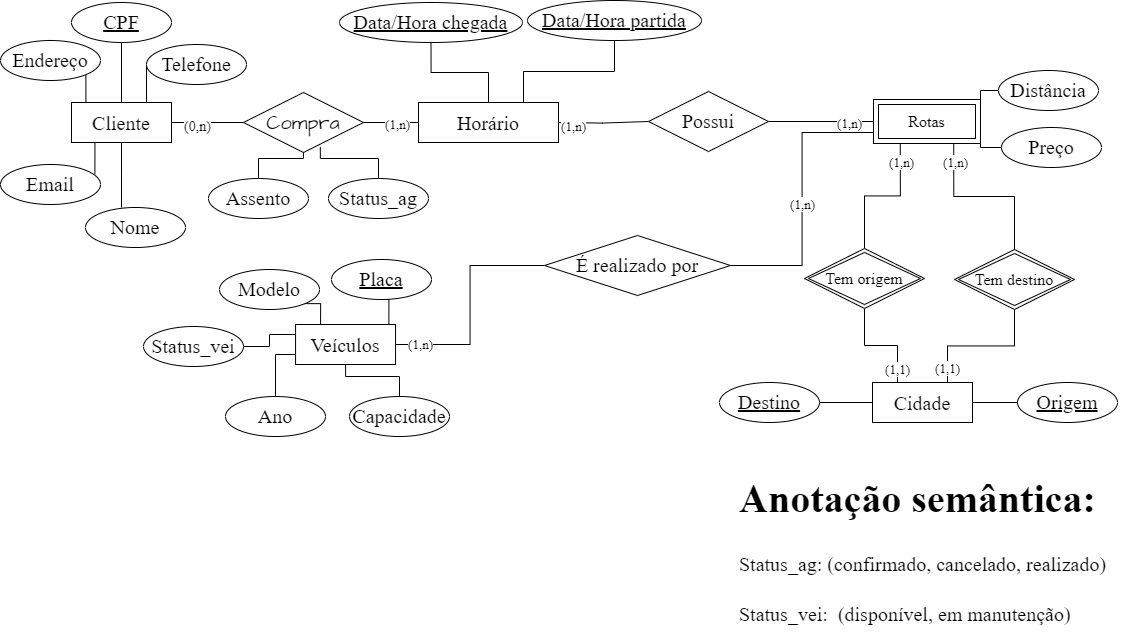
AnaJuvencio/Empresa-de-Transportes keeps this draw.io diagram as Empresa de transporte.drawio.png. Above is the earlier version. Source tidied: cells renumbered, new cells last; positions are measured from the earlier drawing's top-left corner, leaving out a move shared by most shapes.
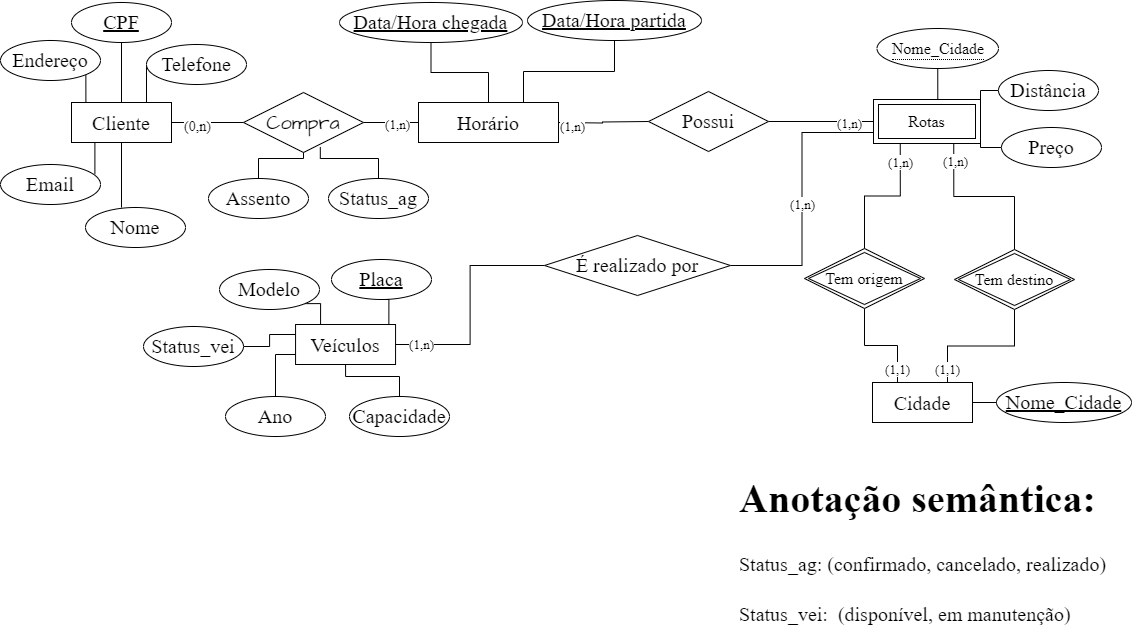
After the change.

Commit message:
fazendo as correções

Diff of the diagram source:
```diff
@@ -64,15 +64,9 @@
     <mxCell id="20" value="&lt;font face=&quot;Times New Roman&quot;&gt;Endereço&lt;/font&gt;" style="ellipse;whiteSpace=wrap;html=1;align=center;hachureGap=4;fontFamily=Architects Daughter;fontSource=https%3A%2F%2Ffonts.googleapis.com%2Fcss%3Ffamily%3DArchitects%2BDaughter;fontSize=20;" parent="1" vertex="1">
       <mxGeometry y="40" width="100" height="40" as="geometry" />
     </mxCell>
-    <mxCell id="21" value="&lt;font face=&quot;Times New Roman&quot;&gt;&lt;u&gt;Origem&lt;/u&gt;&lt;/font&gt;" style="ellipse;whiteSpace=wrap;html=1;align=center;hachureGap=4;fontFamily=Architects Daughter;fontSource=https%3A%2F%2Ffonts.googleapis.com%2Fcss%3Ffamily%3DArchitects%2BDaughter;fontSize=20;" parent="1" vertex="1">
-      <mxGeometry x="1017" y="382" width="100" height="40" as="geometry" />
+    <mxCell id="21" value="&lt;font face=&quot;Times New Roman&quot;&gt;&lt;u&gt;Nome_Cidade&lt;/u&gt;&lt;/font&gt;" style="ellipse;whiteSpace=wrap;html=1;align=center;hachureGap=4;fontFamily=Architects Daughter;fontSource=https%3A%2F%2Ffonts.googleapis.com%2Fcss%3Ffamily%3DArchitects%2BDaughter;fontSize=20;" parent="1" vertex="1">
+      <mxGeometry x="996" y="382" width="135" height="40" as="geometry" />
     </mxCell>
-    <mxCell id="22" style="edgeStyle=orthogonalEdgeStyle;rounded=0;hachureGap=4;jettySize=auto;html=1;exitX=1;exitY=0.5;exitDx=0;exitDy=0;fontFamily=Architects Daughter;fontSource=https%3A%2F%2Ffonts.googleapis.com%2Fcss%3Ffamily%3DArchitects%2BDaughter;endArrow=none;endFill=0;" parent="1" edge="1" source="23" target="56">
-      <mxGeometry relative="1" as="geometry" />
-    </mxCell>
-    <mxCell id="23" value="&lt;font face=&quot;Times New Roman&quot;&gt;&lt;u&gt;Destino&lt;/u&gt;&lt;/font&gt;" style="ellipse;whiteSpace=wrap;html=1;align=center;hachureGap=4;fontFamily=Architects Daughter;fontSource=https%3A%2F%2Ffonts.googleapis.com%2Fcss%3Ffamily%3DArchitects%2BDaughter;fontSize=20;" parent="1" vertex="1">
-      <mxGeometry x="719" y="382" width="100" height="40" as="geometry" />
-    </mxCell>
     <mxCell id="24" style="edgeStyle=orthogonalEdgeStyle;rounded=0;hachureGap=4;jettySize=auto;html=1;exitX=0;exitY=0.5;exitDx=0;exitDy=0;entryX=1;entryY=0;entryDx=0;entryDy=0;fontFamily=Architects Daughter;fontSource=https%3A%2F%2Ffonts.googleapis.com%2Fcss%3Ffamily%3DArchitects%2BDaughter;endArrow=none;endFill=0;" parent="1" edge="1" source="25" target="57">
       <mxGeometry relative="1" as="geometry" />
     </mxCell>
@@ -174,6 +168,9 @@
     <mxCell id="56" value="Cidade" style="whiteSpace=wrap;html=1;align=center;hachureGap=4;fontFamily=Times New Roman;fontSize=20;strokeColor=default;" parent="1" vertex="1">
       <mxGeometry x="872" y="382" width="100" height="40" as="geometry" />
     </mxCell>
+    <mxCell id="69" style="edgeStyle=orthogonalEdgeStyle;rounded=0;hachureGap=4;jettySize=auto;html=1;exitX=0.5;exitY=0;exitDx=0;exitDy=0;entryX=0.5;entryY=1;entryDx=0;entryDy=0;fontFamily=Architects Daughter;fontSource=https%3A%2F%2Ffonts.googleapis.com%2Fcss%3Ffamily%3DArchitects%2BDaughter;endArrow=none;endFill=0;" parent="1" edge="1" source="57" target="70">
+      <mxGeometry relative="1" as="geometry" />
+    </mxCell>
     <mxCell id="57" value="&lt;font style=&quot;font-size: 16px;&quot; face=&quot;Times New Roman&quot;&gt;Rotas&lt;/font&gt;" style="shape=ext;margin=3;double=1;whiteSpace=wrap;html=1;align=center;hachureGap=4;fontFamily=Architects Daughter;fontSource=https%3A%2F%2Ffonts.googleapis.com%2Fcss%3Ffamily%3DArchitects%2BDaughter;" parent="1" vertex="1">
       <mxGeometry x="873" y="99" width="107" height="44" as="geometry" />
     </mxCell>
@@ -210,5 +207,8 @@
     <mxCell id="68" style="edgeStyle=orthogonalEdgeStyle;rounded=0;hachureGap=4;jettySize=auto;html=1;exitX=0.5;exitY=0;exitDx=0;exitDy=0;entryX=0.64;entryY=0.908;entryDx=0;entryDy=0;entryPerimeter=0;fontFamily=Architects Daughter;fontSource=https%3A%2F%2Ffonts.googleapis.com%2Fcss%3Ffamily%3DArchitects%2BDaughter;endArrow=none;endFill=0;" parent="1" edge="1" source="43" target="41">
       <mxGeometry relative="1" as="geometry" />
     </mxCell>
+    <mxCell id="70" value="&lt;span style=&quot;border-bottom: 1px dotted&quot;&gt;&lt;font style=&quot;font-size: 16px;&quot; face=&quot;Times New Roman&quot;&gt;Nome_Cidade&lt;/font&gt;&lt;/span&gt;" style="ellipse;whiteSpace=wrap;html=1;align=center;hachureGap=4;fontFamily=Architects Daughter;fontSource=https%3A%2F%2Ffonts.googleapis.com%2Fcss%3Ffamily%3DArchitects%2BDaughter;" parent="1" vertex="1">
+      <mxGeometry x="876.5" y="28" width="121.5" height="40" as="geometry" />
+    </mxCell>
   </root>
 </mxGraphModel>
```
